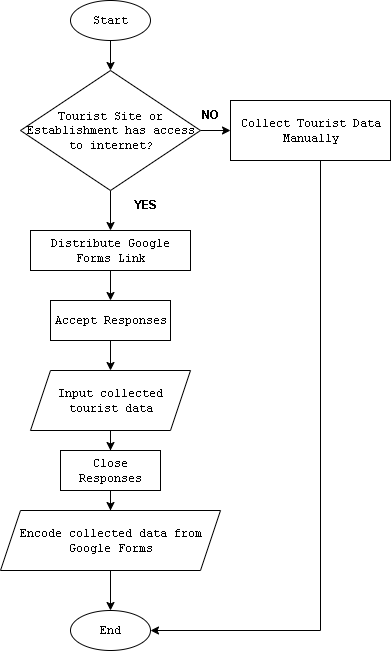
Before: Deliverables/flowchart3.png, a diagram exported from draw.io (LittleEins/Thesis-Collab). Source tidied: cells renumbered, new cells last; positions are measured from the earlier drawing's top-left corner, leaving out a move shared by most shapes.
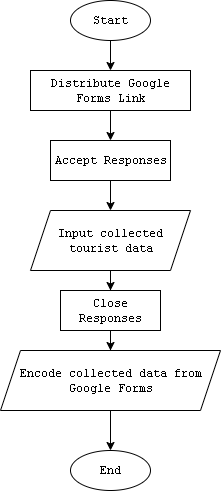
Later version of the same file.

Diff of the diagram source:
```diff
@@ -2,36 +2,18 @@
   <root>
     <mxCell id="0" />
     <mxCell id="1" parent="0" />
-    <mxCell id="2" style="edgeStyle=orthogonalEdgeStyle;rounded=0;jettySize=auto;html=1;fontFamily=Courier New;" parent="1" edge="1" source="3" target="6">
+    <mxCell id="2" style="edgeStyle=orthogonalEdgeStyle;rounded=0;jettySize=auto;html=1;fontFamily=Courier New;" parent="1" edge="1" source="3" target="8">
       <mxGeometry relative="1" as="geometry" />
     </mxCell>
     <mxCell id="3" value="&lt;font&gt;Start&lt;/font&gt;" style="ellipse;whiteSpace=wrap;html=1;fontFamily=Courier New;" parent="1" vertex="1">
-      <mxGeometry x="70" width="80" height="40" as="geometry" />
+      <mxGeometry x="70" y="160" width="80" height="40" as="geometry" />
     </mxCell>
-    <mxCell id="4" style="edgeStyle=orthogonalEdgeStyle;rounded=0;jettySize=auto;html=1;" parent="1" edge="1" source="6" target="8">
-      <mxGeometry relative="1" as="geometry" />
-    </mxCell>
-    <mxCell id="5" style="edgeStyle=orthogonalEdgeStyle;rounded=0;jettySize=auto;html=1;" parent="1" edge="1" source="6" target="10">
-      <mxGeometry relative="1" as="geometry" />
-    </mxCell>
-    <mxCell id="6" value="Tourist Site or Establishment has access to internet?" style="rhombus;html=1;spacingLeft=1;fontFamily=Courier New;whiteSpace=wrap;spacing=2;" parent="1" vertex="1">
-      <mxGeometry x="20" y="70" width="180" height="120" as="geometry" />
-    </mxCell>
     <mxCell id="7" style="edgeStyle=orthogonalEdgeStyle;rounded=0;jettySize=auto;html=1;" parent="1" edge="1" source="8" target="13">
       <mxGeometry relative="1" as="geometry" />
     </mxCell>
     <mxCell id="8" value="Distribute Google Forms Link" style="whiteSpace=wrap;html=1;fontFamily=Courier New;spacingLeft=1;" parent="1" vertex="1">
       <mxGeometry x="30" y="230" width="160" height="40" as="geometry" />
     </mxCell>
-    <mxCell id="9" value="&lt;b&gt;YES&lt;/b&gt;" style="text;html=1;align=center;verticalAlign=middle;strokeColor=none;fillColor=none;" parent="1" vertex="1">
-      <mxGeometry x="120" y="190" width="50" height="30" as="geometry" />
-    </mxCell>
-    <mxCell id="10" value="Collect Tourist Data Manually" style="whiteSpace=wrap;html=1;fontFamily=Courier New;spacingLeft=1;" parent="1" vertex="1">
-      <mxGeometry x="230" y="100" width="160" height="60" as="geometry" />
-    </mxCell>
-    <mxCell id="11" value="&lt;b&gt;NO&lt;/b&gt;" style="text;html=1;align=center;verticalAlign=middle;strokeColor=none;fillColor=none;" parent="1" vertex="1">
-      <mxGeometry x="190" y="100" width="40" height="30" as="geometry" />
-    </mxCell>
     <mxCell id="12" style="edgeStyle=orthogonalEdgeStyle;rounded=0;jettySize=auto;html=1;" parent="1" edge="1" source="13" target="15">
       <mxGeometry relative="1" as="geometry" />
     </mxCell>
@@ -59,13 +41,5 @@
     <mxCell id="20" value="End" style="ellipse;whiteSpace=wrap;html=1;fontFamily=Courier New;spacingLeft=1;" parent="1" vertex="1">
       <mxGeometry x="70" y="610" width="80" height="40" as="geometry" />
     </mxCell>
-    <mxCell id="21" style="rounded=0;jettySize=auto;html=1;edgeStyle=orthogonalEdgeStyle;entryX=1;entryY=0.5;entryDx=0;entryDy=0;" parent="1" edge="1" target="20">
-      <mxGeometry relative="1" as="geometry">
-        <mxPoint x="320" y="160" as="sourcePoint" />
-        <Array as="points">
-          <mxPoint x="320" y="630" />
-        </Array>
-      </mxGeometry>
-    </mxCell>
   </root>
 </mxGraphModel>
```
